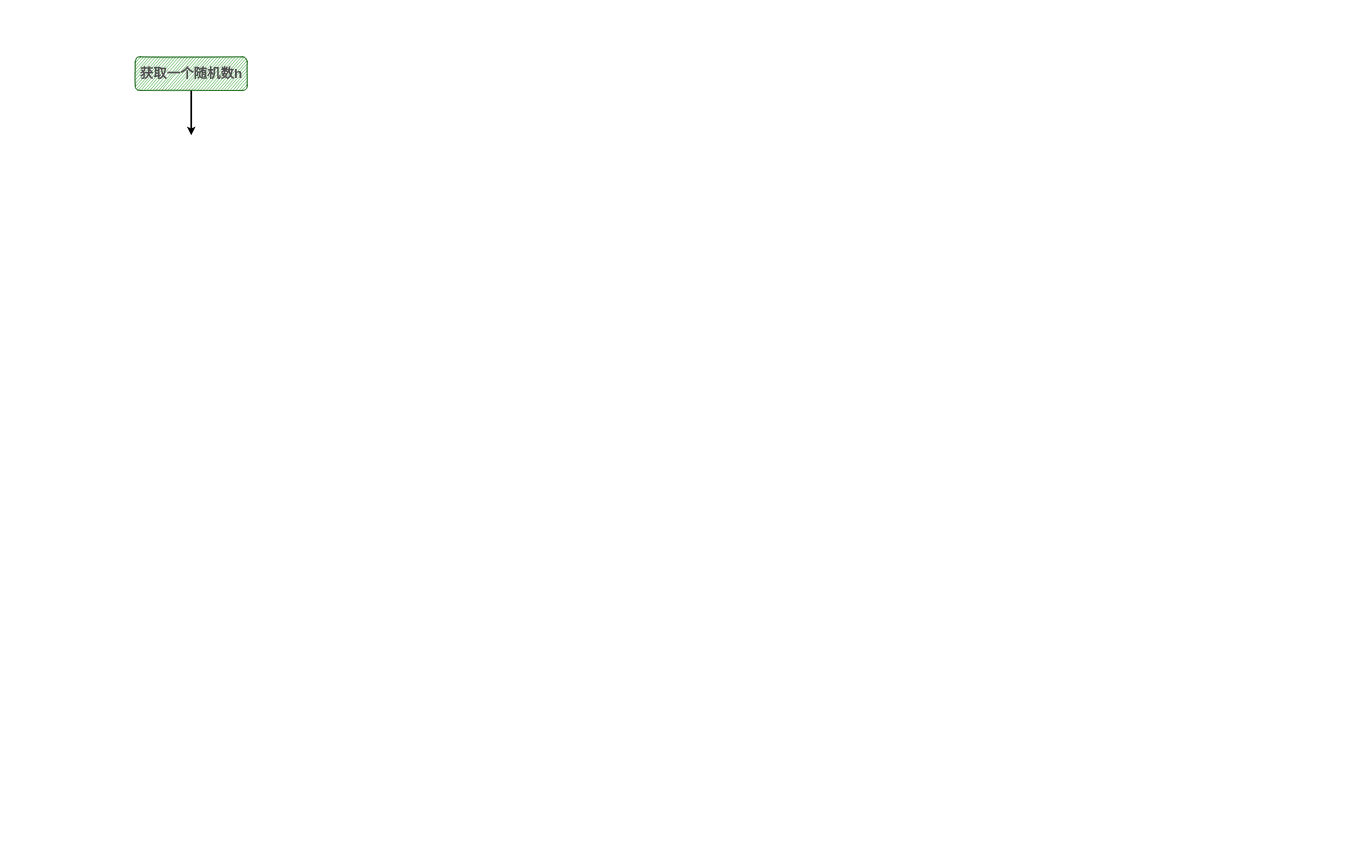
Earlier version of the draw.io diagram page "fullAddCount" (6 of 6) of thread/concurrentHashMap-addCount.drawio (mydlxy/draw). Source tidied: cells renumbered, new cells numbered last; positions are measured from the earlier drawing's top-left corner, leaving out a move shared by most shapes. Both pictures are drawn from the tidied source at 56%, with x=0, y=0 at pixel (135, 57).
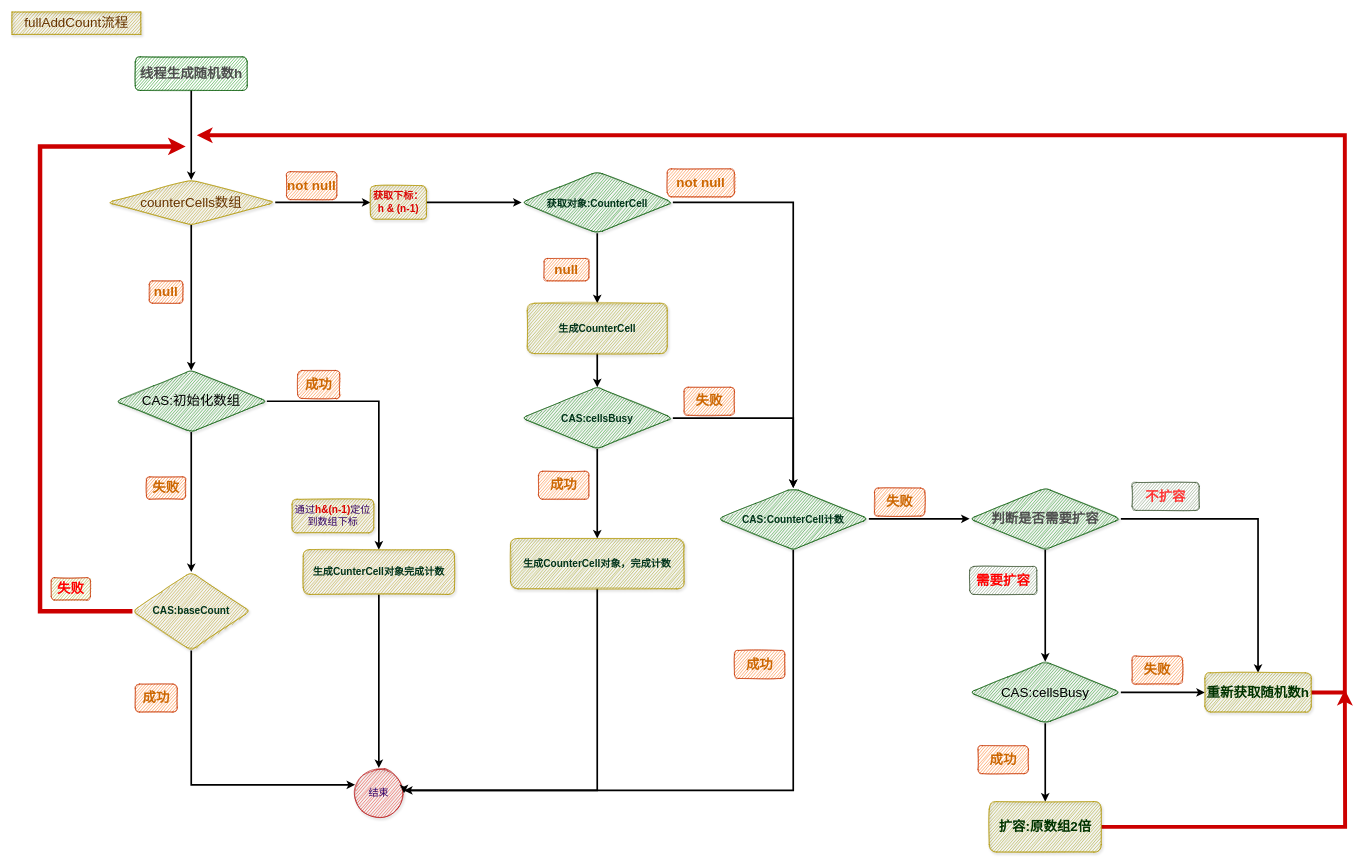
After the change.

The edit, as a diff of the source:
```diff
@@
-    <mxCell id="2" style="edgeStyle=orthogonalEdgeStyle;rounded=0;jettySize=auto;html=1;fontSize=24;fontColor=#4D4D4D;strokeWidth=3;" parent="1" edge="1" source="3">
-      <mxGeometry relative="1" as="geometry">
-        <mxPoint x="100" y="140" as="targetPoint" />
-      </mxGeometry>
+    <mxCell id="2" style="edgeStyle=orthogonalEdgeStyle;rounded=0;jettySize=auto;html=1;fontSize=24;fontColor=#4D4D4D;strokeWidth=3;entryX=0.5;entryY=0;entryDx=0;entryDy=0;" parent="1" edge="1" source="3" target="7">
+      <mxGeometry relative="1" as="geometry" />
     </mxCell>
-    <mxCell id="3" value="&lt;font color=&quot;#4d4d4d&quot;&gt;&lt;b&gt;获取一个随机数h&lt;/b&gt;&lt;/font&gt;" style="rounded=1;whiteSpace=wrap;html=1;shadow=0;sketch=1;fontSize=24;fontColor=#ffffff;fillColor=#008a00;strokeColor=#005700;" parent="1" vertex="1">
+    <mxCell id="3" value="&lt;font color=&quot;#4d4d4d&quot;&gt;&lt;b&gt;线程生成随机数h&lt;/b&gt;&lt;/font&gt;" style="rounded=1;whiteSpace=wrap;html=1;shadow=0;sketch=1;fontSize=24;fontColor=#ffffff;fillColor=#008a00;strokeColor=#005700;" parent="1" vertex="1">
       <mxGeometry width="200" height="60" as="geometry" />
     </mxCell>
+    <mxCell id="4" value="&lt;font color=&quot;#663300&quot;&gt;fullAddCount流程&lt;/font&gt;" style="text;html=1;strokeColor=#B09500;fillColor=#B09500;align=center;verticalAlign=middle;whiteSpace=wrap;rounded=0;shadow=1;glass=0;sketch=1;fontSize=24;fontColor=#000000;" parent="1" vertex="1">
+      <mxGeometry x="-220" y="-80" width="230" height="40" as="geometry" />
+    </mxCell>
+    <mxCell id="5" style="edgeStyle=orthogonalEdgeStyle;rounded=0;jettySize=auto;html=1;fontSize=24;fontColor=#663300;strokeWidth=3;entryX=0.5;entryY=0;entryDx=0;entryDy=0;" parent="1" edge="1" source="7" target="11">
+      <mxGeometry relative="1" as="geometry" />
+    </mxCell>
+    <mxCell id="6" style="edgeStyle=orthogonalEdgeStyle;rounded=0;jettySize=auto;html=1;fontSize=18;fontColor=#DB0000;strokeWidth=3;entryX=0;entryY=0.5;entryDx=0;entryDy=0;" parent="1" edge="1" source="7" target="18">
+      <mxGeometry relative="1" as="geometry" />
+    </mxCell>
+    <mxCell id="7" value="counterCells数组" style="rhombus;whiteSpace=wrap;html=1;rounded=1;shadow=1;glass=0;sketch=1;fontSize=24;fontColor=#663300;strokeColor=#B09500;fillColor=#B09500;" parent="1" vertex="1">
+      <mxGeometry x="-50" y="220" width="300" height="80" as="geometry" />
+    </mxCell>
+    <mxCell id="8" value="&lt;b style=&quot;&quot;&gt;&lt;font color=&quot;#cc6600&quot;&gt;null&lt;/font&gt;&lt;/b&gt;" style="rounded=1;whiteSpace=wrap;html=1;shadow=0;sketch=1;fontSize=24;fontColor=#000000;fillColor=#fa6800;strokeColor=#C73500;" parent="1" vertex="1">
+      <mxGeometry x="25" y="400" width="60" height="40" as="geometry" />
+    </mxCell>
+    <mxCell id="9" style="edgeStyle=orthogonalEdgeStyle;rounded=0;jettySize=auto;html=1;fontSize=18;fontColor=#CC6600;strokeWidth=3;entryX=0.5;entryY=0;entryDx=0;entryDy=0;" parent="1" edge="1" source="11" target="30">
+      <mxGeometry relative="1" as="geometry" />
+    </mxCell>
+    <mxCell id="10" style="edgeStyle=orthogonalEdgeStyle;rounded=0;jettySize=auto;html=1;fontSize=18;fontColor=#00331A;strokeWidth=3;entryX=0.5;entryY=0;entryDx=0;entryDy=0;" parent="1" edge="1" source="11" target="28">
+      <mxGeometry relative="1" as="geometry" />
+    </mxCell>
+    <mxCell id="11" value="&lt;font color=&quot;#000000&quot;&gt;CAS:初始化数组&lt;/font&gt;" style="rhombus;whiteSpace=wrap;html=1;rounded=1;shadow=1;sketch=1;fontSize=24;fontColor=#ffffff;fillColor=#008a00;strokeColor=#005700;" parent="1" vertex="1">
+      <mxGeometry x="-35" y="560" width="270" height="110" as="geometry" />
+    </mxCell>
+    <mxCell id="12" value="&lt;b style=&quot;&quot;&gt;&lt;font color=&quot;#cc6600&quot;&gt;成功&lt;/font&gt;&lt;/b&gt;" style="rounded=1;whiteSpace=wrap;html=1;shadow=0;sketch=1;fontSize=24;fontColor=#000000;fillColor=#fa6800;strokeColor=#C73500;" parent="1" vertex="1">
+      <mxGeometry x="290" y="560" width="75" height="50" as="geometry" />
+    </mxCell>
+    <mxCell id="13" value="&lt;font color=&quot;#330066&quot;&gt;结束&lt;/font&gt;" style="ellipse;whiteSpace=wrap;html=1;rounded=1;shadow=1;glass=0;sketch=1;fontSize=18;fontColor=#ffffff;strokeColor=#B20000;fillColor=#e51400;" parent="1" vertex="1">
+      <mxGeometry x="390" y="1270" width="90" height="90" as="geometry" />
+    </mxCell>
+    <mxCell id="14" style="edgeStyle=orthogonalEdgeStyle;rounded=0;jettySize=auto;html=1;fontSize=18;fontColor=#CC6600;strokeWidth=3;exitX=0.5;exitY=1;exitDx=0;exitDy=0;" parent="1" edge="1" source="30" target="13">
+      <mxGeometry relative="1" as="geometry">
+        <Array as="points">
+          <mxPoint x="100" y="1300" />
+        </Array>
+      </mxGeometry>
+    </mxCell>
+    <mxCell id="15" value="通过&lt;b style=&quot;&quot;&gt;&lt;font color=&quot;#db0000&quot;&gt;h&amp;amp;(n-1)&lt;/font&gt;&lt;/b&gt;定位到数组下标" style="rounded=1;whiteSpace=wrap;html=1;shadow=1;glass=0;sketch=1;fontSize=18;fontColor=#330066;strokeColor=#B09500;fillColor=#B09500;" parent="1" vertex="1">
+      <mxGeometry x="280" y="790" width="146" height="60" as="geometry" />
+    </mxCell>
+    <mxCell id="16" value="&lt;b style=&quot;&quot;&gt;&lt;font color=&quot;#cc6600&quot;&gt;not null&lt;/font&gt;&lt;/b&gt;" style="rounded=1;whiteSpace=wrap;html=1;shadow=0;sketch=1;fontSize=24;fontColor=#000000;fillColor=#fa6800;strokeColor=#C73500;" parent="1" vertex="1">
+      <mxGeometry x="270" y="205" width="90" height="50" as="geometry" />
+    </mxCell>
+    <mxCell id="17" style="edgeStyle=orthogonalEdgeStyle;rounded=0;jettySize=auto;html=1;fontSize=18;fontColor=#DB0000;strokeWidth=3;entryX=0;entryY=0.5;entryDx=0;entryDy=0;" parent="1" edge="1" source="18" target="21">
+      <mxGeometry relative="1" as="geometry" />
+    </mxCell>
+    <mxCell id="18" value="&lt;b&gt;获取下标：h &amp;amp; (n-1)&lt;/b&gt;" style="rounded=1;whiteSpace=wrap;html=1;shadow=1;glass=0;sketch=1;fontSize=18;fontColor=#DB0000;strokeColor=#B09500;fillColor=#B09500;" parent="1" vertex="1">
+      <mxGeometry x="420" y="230" width="100" height="60" as="geometry" />
+    </mxCell>
+    <mxCell id="19" style="edgeStyle=orthogonalEdgeStyle;rounded=0;jettySize=auto;html=1;fontSize=18;fontColor=#00331A;strokeWidth=3;entryX=0.5;entryY=0;entryDx=0;entryDy=0;" parent="1" edge="1" source="21" target="34">
+      <mxGeometry relative="1" as="geometry" />
+    </mxCell>
+    <mxCell id="20" style="edgeStyle=orthogonalEdgeStyle;rounded=0;jettySize=auto;html=1;fontSize=18;fontColor=#00331A;strokeColor=#000000;strokeWidth=3;entryX=0.5;entryY=0;entryDx=0;entryDy=0;" parent="1" edge="1" source="21" target="41">
+      <mxGeometry relative="1" as="geometry" />
+    </mxCell>
+    <mxCell id="21" value="&lt;span style=&quot;font-size: 18px;&quot;&gt;&lt;font color=&quot;#00331a&quot;&gt;&lt;b&gt;获取对象:CounterCell&lt;/b&gt;&lt;/font&gt;&lt;/span&gt;" style="rhombus;whiteSpace=wrap;html=1;rounded=1;shadow=1;sketch=1;fontSize=24;fontColor=#ffffff;fillColor=#008a00;strokeColor=#005700;" parent="1" vertex="1">
+      <mxGeometry x="690" y="205" width="270" height="110" as="geometry" />
+    </mxCell>
+    <mxCell id="22" value="&lt;b style=&quot;&quot;&gt;&lt;font color=&quot;#cc6600&quot;&gt;not null&lt;/font&gt;&lt;/b&gt;" style="rounded=1;whiteSpace=wrap;html=1;shadow=0;sketch=1;fontSize=24;fontColor=#000000;fillColor=#fa6800;strokeColor=#C73500;" parent="1" vertex="1">
+      <mxGeometry x="950" y="200" width="120" height="50" as="geometry" />
+    </mxCell>
+    <mxCell id="23" style="edgeStyle=orthogonalEdgeStyle;rounded=0;jettySize=auto;html=1;fontSize=18;fontColor=#00331A;strokeColor=#000000;strokeWidth=3;exitX=0.5;exitY=1;exitDx=0;exitDy=0;fillColor=#f0a30a;" parent="1" edge="1" source="38">
+      <mxGeometry relative="1" as="geometry">
+        <mxPoint x="480" y="1315" as="targetPoint" />
+        <Array as="points">
+          <mxPoint x="825" y="1310" />
+          <mxPoint x="480" y="1310" />
+        </Array>
+      </mxGeometry>
+    </mxCell>
+    <mxCell id="24" value="&lt;b style=&quot;&quot;&gt;&lt;font color=&quot;#cc6600&quot;&gt;成功&lt;/font&gt;&lt;/b&gt;" style="rounded=1;whiteSpace=wrap;html=1;shadow=0;sketch=1;fontSize=24;fontColor=#000000;fillColor=#fa6800;strokeColor=#C73500;" parent="1" vertex="1">
+      <mxGeometry x="720" y="740" width="90" height="50" as="geometry" />
+    </mxCell>
+    <mxCell id="25" value="&lt;b style=&quot;&quot;&gt;&lt;font color=&quot;#cc6600&quot;&gt;失败&lt;/font&gt;&lt;/b&gt;" style="rounded=1;whiteSpace=wrap;html=1;shadow=0;sketch=1;fontSize=24;fontColor=#000000;fillColor=#fa6800;strokeColor=#C73500;" parent="1" vertex="1">
+      <mxGeometry x="20" y="750" width="70" height="40" as="geometry" />
+    </mxCell>
+    <mxCell id="26" value="&lt;b style=&quot;&quot;&gt;&lt;font color=&quot;#cc6600&quot;&gt;成功&lt;/font&gt;&lt;/b&gt;" style="rounded=1;whiteSpace=wrap;html=1;shadow=0;sketch=1;fontSize=24;fontColor=#000000;fillColor=#fa6800;strokeColor=#C73500;" parent="1" vertex="1">
+      <mxGeometry y="1120" width="75" height="50" as="geometry" />
+    </mxCell>
+    <mxCell id="27" style="edgeStyle=orthogonalEdgeStyle;rounded=0;jettySize=auto;html=1;fontSize=18;fontColor=#00331A;strokeWidth=3;" parent="1" edge="1" source="28" target="13">
+      <mxGeometry relative="1" as="geometry" />
+    </mxCell>
+    <mxCell id="28" value="&lt;b&gt;&lt;font color=&quot;#00331a&quot;&gt;生成CunterCell对象完成计数&lt;/font&gt;&lt;/b&gt;" style="rounded=1;whiteSpace=wrap;html=1;shadow=1;glass=0;sketch=1;fontSize=18;fontColor=#CC6600;strokeColor=#B09500;fillColor=#B09500;" parent="1" vertex="1">
+      <mxGeometry x="300" y="880" width="270" height="80" as="geometry" />
+    </mxCell>
+    <mxCell id="29" style="edgeStyle=orthogonalEdgeStyle;rounded=0;jettySize=auto;html=1;fontSize=18;fontColor=#00331A;strokeWidth=8;strokeColor=#CC0000;" parent="1" edge="1" source="30">
+      <mxGeometry relative="1" as="geometry">
+        <mxPoint x="90" y="160" as="targetPoint" />
+        <Array as="points">
+          <mxPoint x="-170" y="990" />
+          <mxPoint x="-170" y="160" />
+        </Array>
+      </mxGeometry>
+    </mxCell>
+    <mxCell id="30" value="&lt;b&gt;CAS:baseCount&lt;/b&gt;" style="rhombus;whiteSpace=wrap;html=1;rounded=1;shadow=1;glass=0;sketch=1;fontSize=18;fontColor=#00331A;strokeColor=#B09500;fillColor=#B09500;" parent="1" vertex="1">
+      <mxGeometry x="-5" y="920" width="210" height="140" as="geometry" />
+    </mxCell>
+    <mxCell id="31" value="&lt;b style=&quot;&quot;&gt;&lt;font color=&quot;#ff0000&quot;&gt;失败&lt;/font&gt;&lt;/b&gt;" style="rounded=1;whiteSpace=wrap;html=1;shadow=0;sketch=1;fontSize=24;fontColor=#000000;fillColor=#999900;strokeColor=#C73500;" parent="1" vertex="1">
+      <mxGeometry x="-150" y="930" width="70" height="40" as="geometry" />
+    </mxCell>
+    <mxCell id="32" value="&lt;b style=&quot;&quot;&gt;&lt;font color=&quot;#cc6600&quot;&gt;null&lt;/font&gt;&lt;/b&gt;" style="rounded=1;whiteSpace=wrap;html=1;shadow=0;sketch=1;fontSize=24;fontColor=#000000;fillColor=#fa6800;strokeColor=#C73500;" parent="1" vertex="1">
+      <mxGeometry x="730" y="360" width="80" height="40" as="geometry" />
+    </mxCell>
+    <mxCell id="33" style="edgeStyle=orthogonalEdgeStyle;rounded=0;jettySize=auto;html=1;entryX=0.5;entryY=0;entryDx=0;entryDy=0;fontSize=18;fontColor=#00331A;strokeColor=#000000;strokeWidth=3;" parent="1" edge="1" source="34" target="37">
+      <mxGeometry relative="1" as="geometry" />
+    </mxCell>
+    <mxCell id="34" value="&lt;b&gt;生成CounterCell&lt;/b&gt;" style="rounded=1;whiteSpace=wrap;html=1;shadow=1;glass=0;sketch=1;fontSize=18;fontColor=#00331A;strokeColor=#B09500;fillColor=#999900;" parent="1" vertex="1">
+      <mxGeometry x="700" y="440" width="250" height="90" as="geometry" />
+    </mxCell>
+    <mxCell id="35" style="edgeStyle=orthogonalEdgeStyle;rounded=0;jettySize=auto;html=1;fontSize=18;fontColor=#00331A;strokeColor=#000000;strokeWidth=3;entryX=0.5;entryY=0;entryDx=0;entryDy=0;" parent="1" edge="1" source="37" target="38">
+      <mxGeometry relative="1" as="geometry" />
+    </mxCell>
+    <mxCell id="36" style="edgeStyle=orthogonalEdgeStyle;rounded=0;jettySize=auto;html=1;fontSize=18;fontColor=#00331A;strokeColor=#000000;strokeWidth=3;entryX=0.5;entryY=0;entryDx=0;entryDy=0;" parent="1" edge="1" source="37" target="41">
+      <mxGeometry relative="1" as="geometry" />
+    </mxCell>
+    <mxCell id="37" value="&lt;span style=&quot;font-size: 18px;&quot;&gt;&lt;font color=&quot;#00331a&quot;&gt;&lt;b&gt;CAS:cellsBusy&lt;/b&gt;&lt;/font&gt;&lt;/span&gt;" style="rhombus;whiteSpace=wrap;html=1;rounded=1;shadow=1;sketch=1;fontSize=24;fontColor=#ffffff;fillColor=#008a00;strokeColor=#005700;" parent="1" vertex="1">
+      <mxGeometry x="690" y="590" width="270" height="110" as="geometry" />
+    </mxCell>
+    <mxCell id="38" value="&lt;b&gt;生成CounterCell对象，完成计数&lt;/b&gt;" style="rounded=1;whiteSpace=wrap;html=1;shadow=1;glass=0;sketch=1;fontSize=18;fontColor=#00331A;strokeColor=#B09500;fillColor=#999900;" parent="1" vertex="1">
+      <mxGeometry x="670" y="860" width="310" height="90" as="geometry" />
+    </mxCell>
+    <mxCell id="39" style="edgeStyle=orthogonalEdgeStyle;rounded=0;jettySize=auto;html=1;fontSize=18;fontColor=#00331A;strokeColor=#000000;strokeWidth=3;fillColor=#a0522d;exitX=0.5;exitY=1;exitDx=0;exitDy=0;" parent="1" edge="1" source="41">
+      <mxGeometry relative="1" as="geometry">
+        <mxPoint x="480" y="1310" as="targetPoint" />
+        <Array as="points">
+          <mxPoint x="1175" y="1310" />
+        </Array>
+      </mxGeometry>
+    </mxCell>
+    <mxCell id="40" style="edgeStyle=orthogonalEdgeStyle;rounded=0;jettySize=auto;html=1;fontSize=18;fontColor=#FF0000;strokeColor=#000000;strokeWidth=3;" parent="1" edge="1" source="41">
+      <mxGeometry relative="1" as="geometry">
+        <mxPoint x="1490" y="825" as="targetPoint" />
+      </mxGeometry>
+    </mxCell>
+    <mxCell id="41" value="&lt;span style=&quot;font-size: 18px;&quot;&gt;&lt;font color=&quot;#00331a&quot;&gt;&lt;b&gt;CAS:CounterCell计数&lt;/b&gt;&lt;/font&gt;&lt;/span&gt;" style="rhombus;whiteSpace=wrap;html=1;rounded=1;shadow=1;sketch=1;fontSize=24;fontColor=#ffffff;fillColor=#008a00;strokeColor=#005700;" parent="1" vertex="1">
+      <mxGeometry x="1040" y="770" width="270" height="110" as="geometry" />
+    </mxCell>
+    <mxCell id="42" value="&lt;b style=&quot;&quot;&gt;&lt;font color=&quot;#cc6600&quot;&gt;失败&lt;/font&gt;&lt;/b&gt;" style="rounded=1;whiteSpace=wrap;html=1;shadow=0;sketch=1;fontSize=24;fontColor=#000000;fillColor=#fa6800;strokeColor=#C73500;" parent="1" vertex="1">
+      <mxGeometry x="980" y="590" width="90" height="50" as="geometry" />
+    </mxCell>
+    <mxCell id="43" value="&lt;b style=&quot;&quot;&gt;&lt;font color=&quot;#cc6600&quot;&gt;成功&lt;/font&gt;&lt;/b&gt;" style="rounded=1;whiteSpace=wrap;html=1;shadow=0;sketch=1;fontSize=24;fontColor=#000000;fillColor=#fa6800;strokeColor=#C73500;" parent="1" vertex="1">
+      <mxGeometry x="1070" y="1060" width="90" height="50" as="geometry" />
+    </mxCell>
+    <mxCell id="44" value="&lt;b style=&quot;&quot;&gt;&lt;font color=&quot;#cc6600&quot;&gt;失败&lt;/font&gt;&lt;/b&gt;" style="rounded=1;whiteSpace=wrap;html=1;shadow=0;sketch=1;fontSize=24;fontColor=#000000;fillColor=#fa6800;strokeColor=#C73500;" parent="1" vertex="1">
+      <mxGeometry x="1320" y="770" width="90" height="50" as="geometry" />
+    </mxCell>
+    <mxCell id="45" style="edgeStyle=orthogonalEdgeStyle;rounded=0;jettySize=auto;html=1;fontSize=18;fontColor=#4D4D4D;strokeColor=#000000;strokeWidth=3;entryX=0.5;entryY=0;entryDx=0;entryDy=0;" parent="1" edge="1" source="47" target="51">
+      <mxGeometry relative="1" as="geometry" />
+    </mxCell>
+    <mxCell id="46" style="edgeStyle=orthogonalEdgeStyle;rounded=0;jettySize=auto;html=1;fontSize=24;fontColor=#003300;strokeColor=#000000;strokeWidth=3;entryX=0.5;entryY=0;entryDx=0;entryDy=0;" parent="1" edge="1" source="47" target="57">
+      <mxGeometry relative="1" as="geometry" />
+    </mxCell>
+    <mxCell id="47" value="&lt;b style=&quot;&quot;&gt;&lt;font color=&quot;#4d4d4d&quot;&gt;判断是否需要扩容&lt;/font&gt;&lt;/b&gt;" style="rhombus;whiteSpace=wrap;html=1;rounded=1;shadow=1;sketch=1;fontSize=24;fontColor=#ffffff;fillColor=#008a00;strokeColor=#005700;" parent="1" vertex="1">
+      <mxGeometry x="1490" y="770" width="270" height="110" as="geometry" />
+    </mxCell>
+    <mxCell id="48" value="&lt;b style=&quot;&quot;&gt;&lt;font color=&quot;#ff0000&quot;&gt;需要扩容&lt;/font&gt;&lt;/b&gt;" style="rounded=1;whiteSpace=wrap;html=1;shadow=0;sketch=1;fontSize=24;fontColor=#ffffff;fillColor=#6d8764;strokeColor=#3A5431;" parent="1" vertex="1">
+      <mxGeometry x="1490" y="910" width="120" height="50" as="geometry" />
+    </mxCell>
+    <mxCell id="49" style="edgeStyle=orthogonalEdgeStyle;rounded=0;jettySize=auto;html=1;fontSize=18;fontColor=#00994D;strokeColor=#000000;strokeWidth=3;entryX=0.5;entryY=0;entryDx=0;entryDy=0;" parent="1" edge="1" source="51" target="54">
+      <mxGeometry relative="1" as="geometry" />
+    </mxCell>
+    <mxCell id="50" style="edgeStyle=orthogonalEdgeStyle;rounded=0;jettySize=auto;html=1;fontSize=24;fontColor=#003300;strokeColor=#000000;strokeWidth=3;" parent="1" edge="1" source="51" target="57">
+      <mxGeometry relative="1" as="geometry" />
+    </mxCell>
+    <mxCell id="51" value="&lt;font color=&quot;#000000&quot;&gt;CAS:cellsBusy&lt;/font&gt;" style="rhombus;whiteSpace=wrap;html=1;rounded=1;shadow=1;sketch=1;fontSize=24;fontColor=#ffffff;fillColor=#008a00;strokeColor=#005700;" parent="1" vertex="1">
+      <mxGeometry x="1490" y="1080" width="270" height="110" as="geometry" />
+    </mxCell>
+    <mxCell id="52" value="&lt;b style=&quot;&quot;&gt;&lt;font color=&quot;#cc6600&quot;&gt;成功&lt;/font&gt;&lt;/b&gt;" style="rounded=1;whiteSpace=wrap;html=1;shadow=0;sketch=1;fontSize=24;fontColor=#000000;fillColor=#fa6800;strokeColor=#C73500;" parent="1" vertex="1">
+      <mxGeometry x="1505" y="1230" width="90" height="50" as="geometry" />
+    </mxCell>
+    <mxCell id="53" style="edgeStyle=orthogonalEdgeStyle;rounded=0;jettySize=auto;html=1;fontSize=24;fontColor=#003300;strokeColor=#CC0000;strokeWidth=7;" parent="1" edge="1" source="54">
+      <mxGeometry relative="1" as="geometry">
+        <mxPoint x="2160" y="1130" as="targetPoint" />
+      </mxGeometry>
+    </mxCell>
+    <mxCell id="54" value="&lt;font style=&quot;font-size: 24px;&quot; color=&quot;#003300&quot;&gt;&lt;b&gt;扩容:原数组2倍&lt;/b&gt;&lt;/font&gt;" style="rounded=1;whiteSpace=wrap;html=1;shadow=1;glass=0;sketch=1;fontSize=18;fontColor=#00994D;strokeColor=#B09500;fillColor=#999900;" parent="1" vertex="1">
+      <mxGeometry x="1525" y="1330" width="200" height="90" as="geometry" />
+    </mxCell>
+    <mxCell id="55" value="&lt;b style=&quot;&quot;&gt;&lt;font color=&quot;#ff3333&quot;&gt;不扩容&lt;/font&gt;&lt;/b&gt;" style="rounded=1;whiteSpace=wrap;html=1;shadow=0;sketch=1;fontSize=24;fontColor=#ffffff;fillColor=#6d8764;strokeColor=#3A5431;" parent="1" vertex="1">
+      <mxGeometry x="1780" y="760" width="120" height="50" as="geometry" />
+    </mxCell>
+    <mxCell id="56" style="edgeStyle=orthogonalEdgeStyle;rounded=0;jettySize=auto;html=1;fontSize=24;fontColor=#003300;strokeColor=#CC0000;strokeWidth=7;" parent="1" edge="1" source="57">
+      <mxGeometry relative="1" as="geometry">
+        <mxPoint x="110" y="140" as="targetPoint" />
+        <Array as="points">
+          <mxPoint x="2160" y="1135" />
+          <mxPoint x="2160" y="140" />
+        </Array>
+      </mxGeometry>
+    </mxCell>
+    <mxCell id="57" value="&lt;font color=&quot;#003300&quot;&gt;&lt;b&gt;重新获取随机数h&lt;/b&gt;&lt;/font&gt;" style="rounded=1;whiteSpace=wrap;html=1;shadow=1;glass=0;sketch=1;fontSize=24;fontColor=#FF3333;strokeColor=#B09500;fillColor=#999900;" parent="1" vertex="1">
+      <mxGeometry x="1910" y="1100" width="190" height="70" as="geometry" />
+    </mxCell>
+    <mxCell id="58" value="&lt;b style=&quot;&quot;&gt;&lt;font color=&quot;#cc6600&quot;&gt;失败&lt;/font&gt;&lt;/b&gt;" style="rounded=1;whiteSpace=wrap;html=1;shadow=0;sketch=1;fontSize=24;fontColor=#000000;fillColor=#fa6800;strokeColor=#C73500;" parent="1" vertex="1">
+      <mxGeometry x="1780" y="1070" width="90" height="50" as="geometry" />
+    </mxCell>
```
